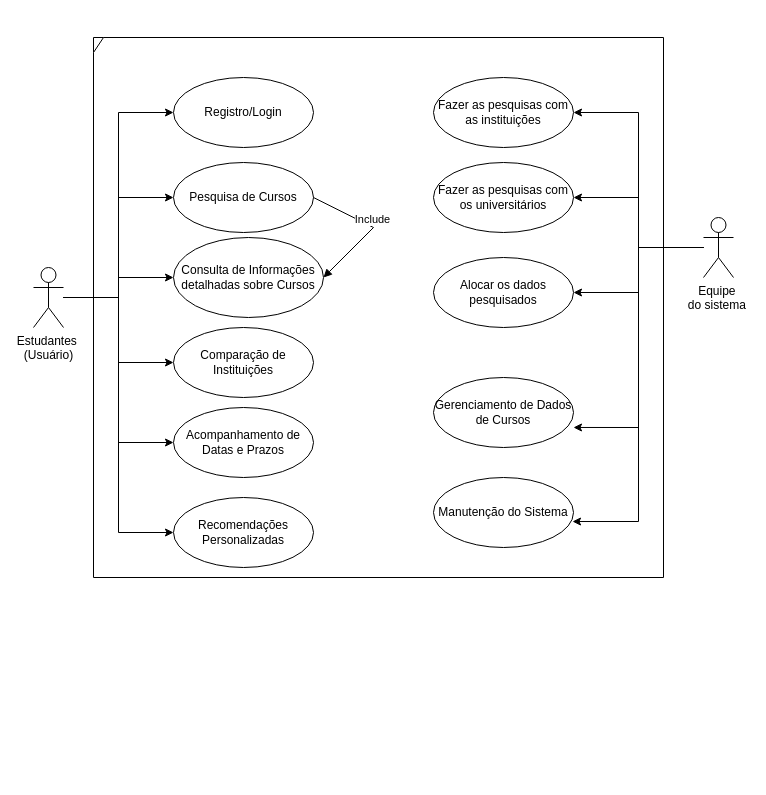
Before: CasosDEUsoPRojeto.drawio in arthurvignati/softwareEngineering, a draw.io diagram. Source tidied: cells renumbered, new cells numbered last; positions are measured from the earlier drawing's top-left corner, leaving out a move shared by most shapes. Both pictures are drawn from the tidied source at 100%, with x=0, y=0 at pixel (33, 37).
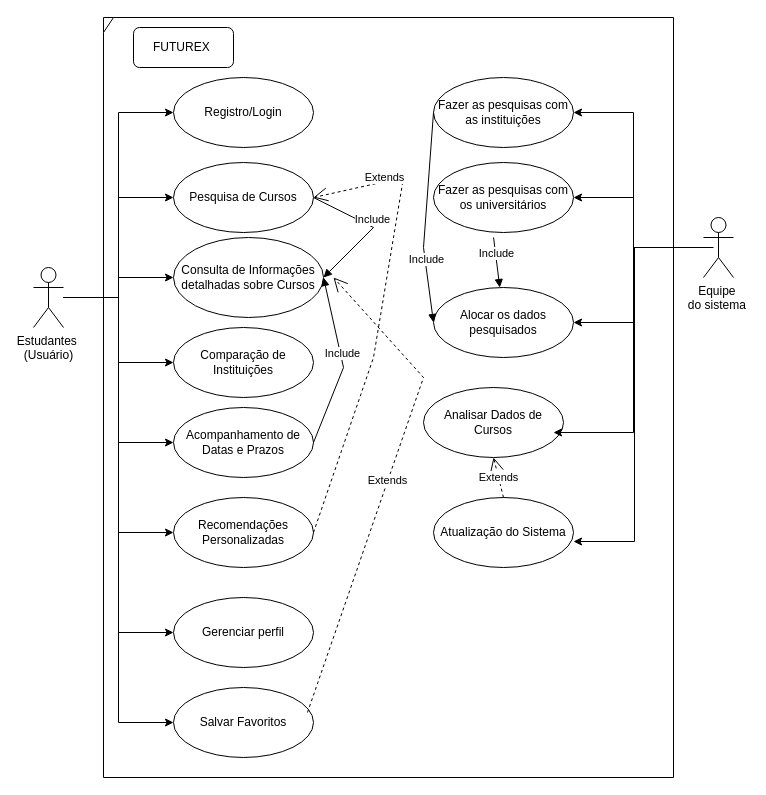
The same page after the edit.

The change refers to these unchanged cells:
```xml
<mxCell id="8" value="Estudantes&amp;nbsp;&lt;div&gt;(Usuário)&lt;/div&gt;" style="shape=umlActor;verticalLabelPosition=bottom;verticalAlign=top;html=1;" parent="1" vertex="1">
  <mxGeometry y="230" width="30" height="60" as="geometry" />
</mxCell>
<mxCell id="12" value="Equipe&amp;nbsp;&lt;div&gt;do sistema&amp;nbsp;&lt;/div&gt;" style="shape=umlActor;verticalLabelPosition=bottom;verticalAlign=top;html=1;" parent="1" vertex="1">
  <mxGeometry x="670" y="180" width="30" height="60" as="geometry" />
</mxCell>
<mxCell id="15" value="Pesquisa de Cursos" style="ellipse;whiteSpace=wrap;html=1;" parent="1" vertex="1">
  <mxGeometry x="140" y="125" width="140" height="70" as="geometry" />
</mxCell>
<mxCell id="16" value="Consulta de Informações detalhadas sobre Cursos" style="ellipse;whiteSpace=wrap;html=1;" parent="1" vertex="1">
  <mxGeometry x="140" y="200" width="150" height="80" as="geometry" />
</mxCell>
<mxCell id="17" value="Recomendações Personalizadas" style="ellipse;whiteSpace=wrap;html=1;" parent="1" vertex="1">
  <mxGeometry x="140" y="460" width="140" height="70" as="geometry" />
</mxCell>
<mxCell id="19" value="Acompanhamento de Datas e Prazos" style="ellipse;whiteSpace=wrap;html=1;" parent="1" vertex="1">
  <mxGeometry x="140" y="370" width="140" height="70" as="geometry" />
</mxCell>
<mxCell id="22" value="Fazer as pesquisas com as instituições" style="ellipse;whiteSpace=wrap;html=1;" parent="1" vertex="1">
  <mxGeometry x="400" y="40" width="140" height="70" as="geometry" />
</mxCell>
<mxCell id="23" value="Fazer as pesquisas com os universitários" style="ellipse;whiteSpace=wrap;html=1;" parent="1" vertex="1">
  <mxGeometry x="400" y="125" width="140" height="70" as="geometry" />
</mxCell>
```

The edit, as a diff of the source:
```diff
@@
+    <mxCell id="28" style="edgeStyle=orthogonalEdgeStyle;rounded=0;jettySize=auto;html=1;entryX=0;entryY=0.5;entryDx=0;entryDy=0;" parent="1" edge="1" source="8" target="36">
+      <mxGeometry relative="1" as="geometry" />
+    </mxCell>
+    <mxCell id="29" style="edgeStyle=orthogonalEdgeStyle;rounded=0;jettySize=auto;html=1;entryX=0;entryY=0.5;entryDx=0;entryDy=0;" parent="1" edge="1" source="8" target="37">
+      <mxGeometry relative="1" as="geometry" />
+    </mxCell>
@@
     <mxCell id="9" style="edgeStyle=orthogonalEdgeStyle;rounded=0;jettySize=auto;html=1;entryX=1;entryY=0.5;entryDx=0;entryDy=0;" parent="1" edge="1" source="12" target="22">
-      <mxGeometry relative="1" as="geometry" />
+      <mxGeometry relative="1" as="geometry">
+        <Array as="points">
+          <mxPoint x="600" y="210" />
+          <mxPoint x="600" y="75" />
+        </Array>
+      </mxGeometry>
     </mxCell>
     <mxCell id="10" style="edgeStyle=orthogonalEdgeStyle;rounded=0;jettySize=auto;html=1;entryX=1;entryY=0.5;entryDx=0;entryDy=0;" parent="1" edge="1" source="12" target="23">
-      <mxGeometry relative="1" as="geometry" />
+      <mxGeometry relative="1" as="geometry">
+        <Array as="points">
+          <mxPoint x="600" y="210" />
+          <mxPoint x="600" y="160" />
+        </Array>
+      </mxGeometry>
     </mxCell>
     <mxCell id="11" style="edgeStyle=orthogonalEdgeStyle;rounded=0;jettySize=auto;html=1;entryX=1;entryY=0.5;entryDx=0;entryDy=0;" parent="1" edge="1" source="12" target="24">
-      <mxGeometry relative="1" as="geometry" />
+      <mxGeometry relative="1" as="geometry">
+        <Array as="points">
+          <mxPoint x="600" y="210" />
+          <mxPoint x="600" y="285" />
+        </Array>
+      </mxGeometry>
     </mxCell>
@@
     <mxCell id="13" style="shape=umlFrame;whiteSpace=wrap;html=1;width=10;height=15;" parent="1" vertex="1">
-      <mxGeometry x="60" width="570" height="540" as="geometry" />
+      <mxGeometry x="70" y="-20" width="570" height="760" as="geometry" />
     </mxCell>
@@
-    <mxCell id="20" value="Gerenciamento de Dados de Cursos" style="ellipse;whiteSpace=wrap;html=1;" parent="1" vertex="1">
-      <mxGeometry x="400" y="340" width="140" height="70" as="geometry" />
+    <mxCell id="20" value="Analisar Dados de Cursos" style="ellipse;whiteSpace=wrap;html=1;" parent="1" vertex="1">
+      <mxGeometry x="390" y="350" width="140" height="70" as="geometry" />
     </mxCell>
-    <mxCell id="21" value="Manutenção do Sistema" style="ellipse;whiteSpace=wrap;html=1;" parent="1" vertex="1">
-      <mxGeometry x="400" y="440" width="140" height="70" as="geometry" />
+    <mxCell id="21" value="Atualização do Sistema" style="ellipse;whiteSpace=wrap;html=1;" parent="1" vertex="1">
+      <mxGeometry x="400" y="460" width="140" height="70" as="geometry" />
     </mxCell>
@@
     <mxCell id="24" value="Alocar os dados pesquisados" style="ellipse;whiteSpace=wrap;html=1;" parent="1" vertex="1">
-      <mxGeometry x="400" y="220" width="140" height="70" as="geometry" />
+      <mxGeometry x="400" y="250" width="140" height="70" as="geometry" />
     </mxCell>
-    <mxCell id="25" style="edgeStyle=orthogonalEdgeStyle;rounded=0;jettySize=auto;html=1;entryX=1;entryY=0.714;entryDx=0;entryDy=0;entryPerimeter=0;" parent="1" edge="1" source="12" target="20">
-      <mxGeometry relative="1" as="geometry" />
+    <mxCell id="25" style="edgeStyle=orthogonalEdgeStyle;rounded=0;orthogonalLoop=1;jettySize=auto;html=1;entryX=1;entryY=0.5;entryDx=0;entryDy=0;" parent="1" edge="1">
+      <mxGeometry relative="1" as="geometry">
+        <mxPoint x="680" y="210" as="sourcePoint" />
+        <mxPoint x="520" y="395" as="targetPoint" />
+        <Array as="points">
+          <mxPoint x="600" y="210" />
+          <mxPoint x="600" y="395" />
+        </Array>
+      </mxGeometry>
     </mxCell>
-    <mxCell id="26" style="edgeStyle=orthogonalEdgeStyle;rounded=0;jettySize=auto;html=1;entryX=0.993;entryY=0.629;entryDx=0;entryDy=0;entryPerimeter=0;" parent="1" edge="1" source="12" target="21">
-      <mxGeometry relative="1" as="geometry" />
+    <mxCell id="26" style="edgeStyle=orthogonalEdgeStyle;rounded=0;orthogonalLoop=1;jettySize=auto;html=1;entryX=0.993;entryY=0.629;entryDx=0;entryDy=0;entryPerimeter=0;" parent="1" edge="1">
+      <mxGeometry relative="1" as="geometry">
+        <mxPoint x="671" y="210" as="sourcePoint" />
+        <mxPoint x="540" y="504" as="targetPoint" />
+        <Array as="points">
+          <mxPoint x="601" y="210" />
+          <mxPoint x="601" y="504" />
+        </Array>
+      </mxGeometry>
     </mxCell>
@@
+    <mxCell id="30" value="Include" style="html=1;verticalAlign=bottom;endArrow=block;curved=0;rounded=0;exitX=1;exitY=0.5;exitDx=0;exitDy=0;entryX=1;entryY=0.5;entryDx=0;entryDy=0;" parent="1" edge="1" source="19" target="16">
+      <mxGeometry relative="1" as="geometry">
+        <Array as="points">
+          <mxPoint x="310" y="330" />
+        </Array>
+      </mxGeometry>
+    </mxCell>
+    <mxCell id="31" value="Include" style="html=1;verticalAlign=bottom;endArrow=block;curved=0;rounded=0;exitX=0;exitY=0.5;exitDx=0;exitDy=0;entryX=0;entryY=0.5;entryDx=0;entryDy=0;" parent="1" edge="1" source="22" target="24">
+      <mxGeometry x="0.49" relative="1" as="geometry">
+        <Array as="points">
+          <mxPoint x="390" y="210" />
+        </Array>
+      </mxGeometry>
+    </mxCell>
+    <mxCell id="32" value="Include" style="html=1;verticalAlign=bottom;endArrow=block;curved=0;rounded=0;exitX=0.429;exitY=1.071;exitDx=0;exitDy=0;exitPerimeter=0;" parent="1" edge="1" source="23" target="24">
+      <mxGeometry relative="1" as="geometry" />
+    </mxCell>
+    <mxCell id="33" value="Extends" style="endArrow=open;endSize=12;dashed=1;html=1;rounded=0;entryX=0.5;entryY=1;entryDx=0;entryDy=0;exitX=0.5;exitY=0;exitDx=0;exitDy=0;" parent="1" edge="1" source="21" target="20">
+      <mxGeometry relative="1" as="geometry" />
+    </mxCell>
+    <mxCell id="34" value="FUTUREX&amp;nbsp;" style="rounded=1;whiteSpace=wrap;html=1;" parent="1" vertex="1">
+      <mxGeometry x="100" y="-10" width="100" height="40" as="geometry" />
+    </mxCell>
+    <mxCell id="35" value="Extends" style="endArrow=open;endSize=12;dashed=1;html=1;rounded=0;exitX=1;exitY=0.5;exitDx=0;exitDy=0;entryX=1;entryY=0.5;entryDx=0;entryDy=0;" parent="1" edge="1" source="17" target="15">
+      <mxGeometry x="0.68" y="-4" relative="1" as="geometry">
+        <Array as="points">
+          <mxPoint x="340" y="320" />
+          <mxPoint x="370" y="140" />
+        </Array>
+      </mxGeometry>
+    </mxCell>
+    <mxCell id="36" value="Gerenciar perfil" style="ellipse;whiteSpace=wrap;html=1;" parent="1" vertex="1">
+      <mxGeometry x="140" y="560" width="140" height="70" as="geometry" />
+    </mxCell>
+    <mxCell id="37" value="Salvar Favoritos" style="ellipse;whiteSpace=wrap;html=1;" parent="1" vertex="1">
+      <mxGeometry x="140" y="650" width="140" height="70" as="geometry" />
+    </mxCell>
+    <mxCell id="38" value="Extends" style="endArrow=open;endSize=12;dashed=1;html=1;rounded=0;entryX=1;entryY=0.5;entryDx=0;entryDy=0;exitX=0.957;exitY=0.357;exitDx=0;exitDy=0;exitPerimeter=0;" parent="1" edge="1" source="37">
+      <mxGeometry relative="1" as="geometry">
+        <mxPoint x="300" y="240" as="targetPoint" />
+        <Array as="points">
+          <mxPoint x="390" y="340" />
+        </Array>
+      </mxGeometry>
+    </mxCell>
```
